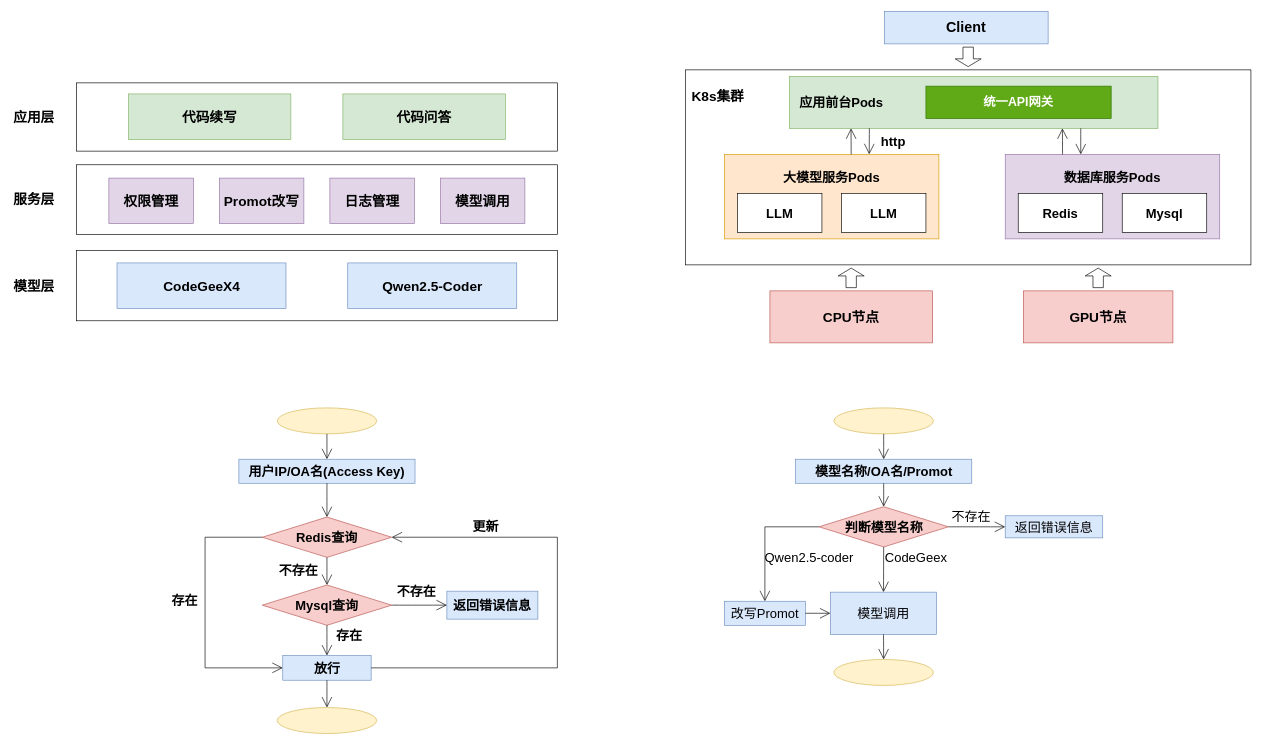
wangwuhua11/draw keeps this draw.io diagram as 代码生成架构图.drawio. Above is the earlier version. Source tidied: cells renumbered, new cells numbered last; positions are measured from the earlier drawing's top-left corner, leaving out a move shared by most shapes. Both pictures are drawn from the tidied source at 65%, with x=0, y=0 at pixel (11, 11).
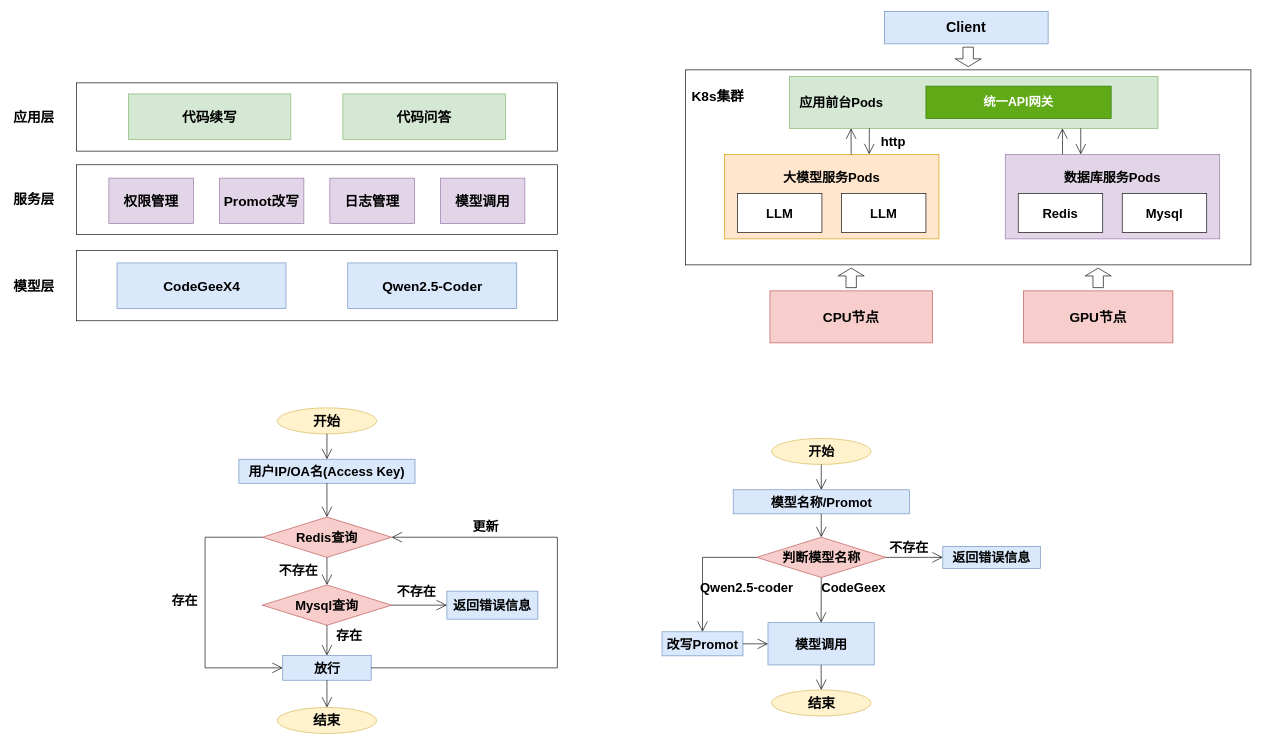
After the change.

Commit message (it also covers changes not shown here):
更新代码生成架构图.drawio

The change refers to these unchanged cells:
```xml
<mxCell id="42" value="&lt;font style=&quot;font-size: 20px;&quot;&gt;Redis查询&lt;/font&gt;" style="rhombus;whiteSpace=wrap;html=1;fontFamily=宋体;fontStyle=1;fillColor=#f8cecc;strokeColor=#b85450;" parent="1" vertex="1">
  <mxGeometry x="386" y="778" width="199" height="62" as="geometry" />
</mxCell>
<mxCell id="43" value="&lt;font style=&quot;font-size: 20px;&quot;&gt;返回错误信息&lt;/font&gt;" style="rounded=0;whiteSpace=wrap;html=1;fontFamily=宋体;fontStyle=1;fillColor=#dae8fc;strokeColor=#6c8ebf;" parent="1" vertex="1">
  <mxGeometry x="670" y="892" width="140" height="43" as="geometry" />
</mxCell>
<mxCell id="44" value="&lt;font style=&quot;font-size: 20px;&quot;&gt;放行&lt;/font&gt;" style="rounded=0;whiteSpace=wrap;html=1;fontFamily=宋体;fillColor=#dae8fc;strokeColor=#6c8ebf;fontStyle=1;" parent="1" vertex="1">
  <mxGeometry x="417.5" y="991" width="136" height="38" as="geometry" />
</mxCell>
<mxCell id="56" value="&lt;font style=&quot;font-size: 20px;&quot;&gt;Mysql查询&lt;/font&gt;" style="rhombus;whiteSpace=wrap;html=1;fontFamily=宋体;fontStyle=1;fillColor=#f8cecc;strokeColor=#b85450;" parent="1" vertex="1">
  <mxGeometry x="386" y="882.5" width="199" height="62" as="geometry" />
</mxCell>
```

What changed in the source:
```diff
@@
-    <mxCell id="40" style="ellipse;whiteSpace=wrap;html=1;fontFamily=宋体;fontStyle=1;fillColor=#fff2cc;strokeColor=#d6b656;" parent="1" vertex="1">
+    <mxCell id="40" value="&lt;font style=&quot;font-size: 21px;&quot;&gt;开始&lt;/font&gt;" style="ellipse;whiteSpace=wrap;html=1;fontFamily=宋体;fontStyle=1;fillColor=#fff2cc;strokeColor=#d6b656;" parent="1" vertex="1">
       <mxGeometry x="409" y="610" width="153" height="40" as="geometry" />
     </mxCell>
@@
-    <mxCell id="45" style="ellipse;whiteSpace=wrap;html=1;fontFamily=宋体;fillColor=#fff2cc;strokeColor=#d6b656;" parent="1" vertex="1">
+    <mxCell id="45" value="&lt;font style=&quot;font-size: 21px;&quot;&gt;结束&lt;/font&gt;" style="ellipse;whiteSpace=wrap;html=1;fontFamily=宋体;fillColor=#fff2cc;strokeColor=#d6b656;fontStyle=1;" parent="1" vertex="1">
       <mxGeometry x="409" y="1071" width="153" height="40" as="geometry" />
     </mxCell>
@@
-    <mxCell id="57" style="edgeStyle=none;jettySize=auto;html=1;rounded=0;fontFamily=Architects Daughter;fontSize=16;startSize=14;endArrow=open;endSize=14;sourcePerimeterSpacing=8;targetPerimeterSpacing=8;curved=1;exitX=0.5;exitY=1;exitDx=0;exitDy=0;entryX=0.5;entryY=0;entryDx=0;entryDy=0;" parent="1" edge="1" source="42" target="56">
+    <mxCell id="57" style="edgeStyle=none;jettySize=auto;html=1;rounded=0;fontFamily=Architects Daughter;fontSize=16;startSize=14;endArrow=open;endSize=14;sourcePerimeterSpacing=8;targetPerimeterSpacing=8;curved=1;exitX=0.5;exitY=1;exitDx=0;exitDy=0;entryX=0.5;entryY=0;entryDx=0;entryDy=0;fontStyle=1;" parent="1" edge="1" source="42" target="56">
       <mxGeometry relative="1" as="geometry" />
     </mxCell>
-    <mxCell id="58" style="edgeStyle=none;jettySize=auto;html=1;rounded=0;fontFamily=Architects Daughter;fontSize=16;startSize=14;endArrow=open;endSize=14;sourcePerimeterSpacing=8;targetPerimeterSpacing=8;curved=1;entryX=0.5;entryY=0;entryDx=0;entryDy=0;exitX=0.5;exitY=1;exitDx=0;exitDy=0;" parent="1" edge="1" source="56" target="44">
+    <mxCell id="58" style="edgeStyle=none;jettySize=auto;html=1;rounded=0;fontFamily=Architects Daughter;fontSize=16;startSize=14;endArrow=open;endSize=14;sourcePerimeterSpacing=8;targetPerimeterSpacing=8;curved=1;entryX=0.5;entryY=0;entryDx=0;entryDy=0;exitX=0.5;exitY=1;exitDx=0;exitDy=0;fontStyle=1;" parent="1" edge="1" source="56" target="44">
       <mxGeometry relative="1" as="geometry" />
     </mxCell>
-    <mxCell id="59" style="edgeStyle=none;jettySize=auto;html=1;rounded=0;fontFamily=Architects Daughter;fontSize=16;startSize=14;endArrow=open;endSize=14;sourcePerimeterSpacing=8;targetPerimeterSpacing=8;curved=1;exitX=1;exitY=0.5;exitDx=0;exitDy=0;entryX=0;entryY=0.5;entryDx=0;entryDy=0;" parent="1" edge="1" source="56" target="43">
+    <mxCell id="59" style="edgeStyle=none;jettySize=auto;html=1;rounded=0;fontFamily=Architects Daughter;fontSize=16;startSize=14;endArrow=open;endSize=14;sourcePerimeterSpacing=8;targetPerimeterSpacing=8;curved=1;exitX=1;exitY=0.5;exitDx=0;exitDy=0;entryX=0;entryY=0.5;entryDx=0;entryDy=0;fontStyle=1;" parent="1" edge="1" source="56" target="43">
       <mxGeometry relative="1" as="geometry" />
     </mxCell>
-    <mxCell id="60" style="ellipse;whiteSpace=wrap;html=1;fontFamily=宋体;fontStyle=1;fillColor=#fff2cc;strokeColor=#d6b656;" parent="1" vertex="1">
-      <mxGeometry x="1265.5" y="610" width="153" height="40" as="geometry" />
+    <mxCell id="60" value="&lt;font style=&quot;font-size: 20px;&quot;&gt;开始&lt;/font&gt;" style="ellipse;whiteSpace=wrap;html=1;fontFamily=宋体;fontStyle=1;fillColor=#fff2cc;strokeColor=#d6b656;" parent="1" vertex="1">
+      <mxGeometry x="1169.5" y="657" width="153" height="40" as="geometry" />
     </mxCell>
-    <mxCell id="61" value="&lt;span style=&quot;font-size: 20px;&quot;&gt;模型名称/OA名/Promot&lt;/span&gt;" style="rounded=0;whiteSpace=wrap;html=1;fontFamily=宋体;fontStyle=1;fillColor=#dae8fc;strokeColor=#6c8ebf;" parent="1" vertex="1">
-      <mxGeometry x="1206.5" y="689" width="271" height="37" as="geometry" />
+    <mxCell id="61" value="&lt;span style=&quot;font-size: 20px;&quot;&gt;模型名称/Promot&lt;/span&gt;" style="rounded=0;whiteSpace=wrap;html=1;fontFamily=宋体;fontStyle=1;fillColor=#dae8fc;strokeColor=#6c8ebf;" parent="1" vertex="1">
+      <mxGeometry x="1110.5" y="736" width="271" height="37" as="geometry" />
     </mxCell>
     <mxCell id="62" value="&lt;font style=&quot;font-size: 20px;&quot;&gt;判断模型名称&lt;/font&gt;" style="rhombus;whiteSpace=wrap;html=1;fontFamily=宋体;fontStyle=1;fillColor=#f8cecc;strokeColor=#b85450;" parent="1" vertex="1">
-      <mxGeometry x="1242.5" y="762" width="199" height="62" as="geometry" />
+      <mxGeometry x="1146.5" y="809" width="199" height="62" as="geometry" />
     </mxCell>
-    <mxCell id="63" style="edgeStyle=none;jettySize=auto;html=1;rounded=0;fontFamily=Architects Daughter;fontSize=16;startSize=14;endArrow=open;endSize=14;sourcePerimeterSpacing=8;targetPerimeterSpacing=8;curved=1;exitX=0.5;exitY=1;exitDx=0;exitDy=0;entryX=0.5;entryY=0;entryDx=0;entryDy=0;" parent="1" edge="1" source="60" target="61">
+    <mxCell id="63" style="edgeStyle=none;jettySize=auto;html=1;rounded=0;fontFamily=Architects Daughter;fontSize=16;startSize=14;endArrow=open;endSize=14;sourcePerimeterSpacing=8;targetPerimeterSpacing=8;curved=1;exitX=0.5;exitY=1;exitDx=0;exitDy=0;entryX=0.5;entryY=0;entryDx=0;entryDy=0;fontStyle=1;" parent="1" edge="1" source="60" target="61">
       <mxGeometry relative="1" as="geometry" />
     </mxCell>
-    <mxCell id="64" style="edgeStyle=none;jettySize=auto;html=1;rounded=0;fontFamily=Architects Daughter;fontSize=16;startSize=14;endArrow=open;endSize=14;sourcePerimeterSpacing=8;targetPerimeterSpacing=8;curved=1;exitX=0.5;exitY=1;exitDx=0;exitDy=0;entryX=0.5;entryY=0;entryDx=0;entryDy=0;" parent="1" edge="1" source="61" target="62">
+    <mxCell id="64" style="edgeStyle=none;jettySize=auto;html=1;rounded=0;fontFamily=Architects Daughter;fontSize=16;startSize=14;endArrow=open;endSize=14;sourcePerimeterSpacing=8;targetPerimeterSpacing=8;curved=1;exitX=0.5;exitY=1;exitDx=0;exitDy=0;entryX=0.5;entryY=0;entryDx=0;entryDy=0;fontStyle=1;" parent="1" edge="1" source="61" target="62">
       <mxGeometry relative="1" as="geometry" />
     </mxCell>
-    <mxCell id="65" style="edgeStyle=none;jettySize=auto;html=1;rounded=0;fontFamily=Architects Daughter;fontSize=16;startSize=14;endArrow=open;endSize=14;sourcePerimeterSpacing=8;targetPerimeterSpacing=8;curved=1;exitX=1;exitY=0.5;exitDx=0;exitDy=0;entryX=0;entryY=0.5;entryDx=0;entryDy=0;" parent="1" edge="1" source="62" target="66">
+    <mxCell id="65" style="edgeStyle=none;jettySize=auto;html=1;rounded=0;fontFamily=Architects Daughter;fontSize=16;startSize=14;endArrow=open;endSize=14;sourcePerimeterSpacing=8;targetPerimeterSpacing=8;curved=1;exitX=1;exitY=0.5;exitDx=0;exitDy=0;entryX=0;entryY=0.5;entryDx=0;entryDy=0;fontStyle=1;" parent="1" edge="1" source="62" target="66">
       <mxGeometry relative="1" as="geometry" />
     </mxCell>
-    <mxCell id="66" value="&lt;font face=&quot;宋体&quot; style=&quot;font-size: 20px;&quot;&gt;返回错误信息&lt;/font&gt;" style="rounded=0;whiteSpace=wrap;html=1;fontFamily=Architects Daughter;fillColor=#dae8fc;strokeColor=#6c8ebf;" parent="1" vertex="1">
-      <mxGeometry x="1529" y="776" width="150" height="34" as="geometry" />
+    <mxCell id="66" value="&lt;font face=&quot;宋体&quot; style=&quot;font-size: 20px;&quot;&gt;返回错误信息&lt;/font&gt;" style="rounded=0;whiteSpace=wrap;html=1;fontFamily=Architects Daughter;fillColor=#dae8fc;strokeColor=#6c8ebf;fontStyle=1;" parent="1" vertex="1">
+      <mxGeometry x="1433" y="823" width="150" height="34" as="geometry" />
     </mxCell>
-    <mxCell id="67" value="不存在" style="text;strokeColor=none;fillColor=none;html=1;align=center;verticalAlign=middle;whiteSpace=wrap;rounded=0;fontSize=20;fontFamily=宋体;" parent="1" vertex="1">
-      <mxGeometry x="1441.5" y="762" width="70" height="30" as="geometry" />
+    <mxCell id="67" value="不存在" style="text;strokeColor=none;fillColor=none;html=1;align=center;verticalAlign=middle;whiteSpace=wrap;rounded=0;fontSize=20;fontFamily=宋体;fontStyle=1;" parent="1" vertex="1">
+      <mxGeometry x="1345.5" y="809" width="70" height="30" as="geometry" />
     </mxCell>
-    <mxCell id="68" style="edgeStyle=none;jettySize=auto;html=1;rounded=0;fontFamily=Architects Daughter;fontSize=16;startSize=14;endArrow=open;endSize=14;sourcePerimeterSpacing=8;targetPerimeterSpacing=8;curved=1;exitX=0.5;exitY=1;exitDx=0;exitDy=0;entryX=0.5;entryY=0;entryDx=0;entryDy=0;" parent="1" edge="1" source="62" target="73">
+    <mxCell id="68" style="edgeStyle=none;jettySize=auto;html=1;rounded=0;fontFamily=Architects Daughter;fontSize=16;startSize=14;endArrow=open;endSize=14;sourcePerimeterSpacing=8;targetPerimeterSpacing=8;curved=1;exitX=0.5;exitY=1;exitDx=0;exitDy=0;entryX=0.5;entryY=0;entryDx=0;entryDy=0;fontStyle=1;" parent="1" edge="1" source="62" target="73">
       <mxGeometry relative="1" as="geometry" />
     </mxCell>
-    <mxCell id="69" value="CodeGeex" style="text;strokeColor=none;fillColor=none;html=1;align=center;verticalAlign=middle;whiteSpace=wrap;rounded=0;fontSize=20;fontFamily=宋体;" parent="1" vertex="1">
-      <mxGeometry x="1357" y="824" width="70" height="30" as="geometry" />
+    <mxCell id="69" value="CodeGeex" style="text;strokeColor=none;fillColor=none;html=1;align=center;verticalAlign=middle;whiteSpace=wrap;rounded=0;fontSize=20;fontFamily=宋体;fontStyle=1;" parent="1" vertex="1">
+      <mxGeometry x="1261" y="871" width="70" height="30" as="geometry" />
     </mxCell>
-    <mxCell id="70" value="&lt;font face=&quot;宋体&quot; style=&quot;font-size: 20px;&quot;&gt;改写Promot&lt;/font&gt;" style="rounded=0;whiteSpace=wrap;html=1;fontFamily=Architects Daughter;fillColor=#dae8fc;strokeColor=#6c8ebf;" parent="1" vertex="1">
-      <mxGeometry x="1097" y="907.5" width="124.5" height="37" as="geometry" />
+    <mxCell id="70" value="&lt;font face=&quot;宋体&quot; style=&quot;font-size: 20px;&quot;&gt;改写Promot&lt;/font&gt;" style="rounded=0;whiteSpace=wrap;html=1;fontFamily=Architects Daughter;fillColor=#dae8fc;strokeColor=#6c8ebf;fontStyle=1;" parent="1" vertex="1">
+      <mxGeometry x="1001" y="954.5" width="124.5" height="37" as="geometry" />
     </mxCell>
-    <mxCell id="71" style="edgeStyle=orthogonalEdgeStyle;jettySize=auto;html=1;rounded=0;fontFamily=Architects Daughter;fontSize=16;startSize=14;endArrow=open;endSize=14;sourcePerimeterSpacing=8;targetPerimeterSpacing=8;exitX=0;exitY=0.5;exitDx=0;exitDy=0;entryX=0.5;entryY=0;entryDx=0;entryDy=0;" parent="1" edge="1" source="62" target="70">
+    <mxCell id="71" style="edgeStyle=orthogonalEdgeStyle;jettySize=auto;html=1;rounded=0;fontFamily=Architects Daughter;fontSize=16;startSize=14;endArrow=open;endSize=14;sourcePerimeterSpacing=8;targetPerimeterSpacing=8;exitX=0;exitY=0.5;exitDx=0;exitDy=0;entryX=0.5;entryY=0;entryDx=0;entryDy=0;fontStyle=1;" parent="1" edge="1" source="62" target="70">
       <mxGeometry relative="1" as="geometry" />
     </mxCell>
-    <mxCell id="72" value="Qwen2.5-coder" style="text;strokeColor=none;fillColor=none;html=1;align=center;verticalAlign=middle;whiteSpace=wrap;rounded=0;fontSize=20;fontFamily=宋体;" parent="1" vertex="1">
-      <mxGeometry x="1146.5" y="824" width="160.5" height="30" as="geometry" />
+    <mxCell id="72" value="Qwen2.5-coder" style="text;strokeColor=none;fillColor=none;html=1;align=center;verticalAlign=middle;whiteSpace=wrap;rounded=0;fontSize=20;fontFamily=宋体;fontStyle=1;" parent="1" vertex="1">
+      <mxGeometry x="1050.5" y="871" width="160.5" height="30" as="geometry" />
     </mxCell>
-    <mxCell id="73" value="&lt;font face=&quot;宋体&quot; style=&quot;font-size: 20px;&quot;&gt;模型调用&lt;/font&gt;" style="rounded=0;whiteSpace=wrap;html=1;fontFamily=Architects Daughter;fillColor=#dae8fc;strokeColor=#6c8ebf;" parent="1" vertex="1">
-      <mxGeometry x="1260" y="893.5" width="163.5" height="65" as="geometry" />
+    <mxCell id="73" value="&lt;font face=&quot;宋体&quot; style=&quot;font-size: 20px;&quot;&gt;模型调用&lt;/font&gt;" style="rounded=0;whiteSpace=wrap;html=1;fontFamily=Architects Daughter;fillColor=#dae8fc;strokeColor=#6c8ebf;fontStyle=1;" parent="1" vertex="1">
+      <mxGeometry x="1164" y="940.5" width="163.5" height="65" as="geometry" />
     </mxCell>
-    <mxCell id="74" style="edgeStyle=none;jettySize=auto;html=1;rounded=0;fontFamily=Architects Daughter;fontSize=16;startSize=14;endArrow=open;endSize=14;sourcePerimeterSpacing=8;targetPerimeterSpacing=8;curved=1;exitX=1;exitY=0.5;exitDx=0;exitDy=0;entryX=0;entryY=0.5;entryDx=0;entryDy=0;" parent="1" edge="1" source="70" target="73">
+    <mxCell id="74" style="edgeStyle=none;jettySize=auto;html=1;rounded=0;fontFamily=Architects Daughter;fontSize=16;startSize=14;endArrow=open;endSize=14;sourcePerimeterSpacing=8;targetPerimeterSpacing=8;curved=1;exitX=1;exitY=0.5;exitDx=0;exitDy=0;entryX=0;entryY=0.5;entryDx=0;entryDy=0;fontStyle=1;" parent="1" edge="1" source="70" target="73">
       <mxGeometry relative="1" as="geometry" />
     </mxCell>
-    <mxCell id="75" style="ellipse;whiteSpace=wrap;html=1;fontFamily=宋体;fontStyle=1;fillColor=#fff2cc;strokeColor=#d6b656;" parent="1" vertex="1">
-      <mxGeometry x="1265.5" y="997" width="153" height="40" as="geometry" />
+    <mxCell id="75" value="&lt;font style=&quot;font-size: 21px;&quot;&gt;结束&lt;/font&gt;" style="ellipse;whiteSpace=wrap;html=1;fontFamily=宋体;fontStyle=1;fillColor=#fff2cc;strokeColor=#d6b656;" parent="1" vertex="1">
+      <mxGeometry x="1169.5" y="1044" width="153" height="40" as="geometry" />
     </mxCell>
-    <mxCell id="76" style="edgeStyle=none;jettySize=auto;html=1;rounded=0;fontFamily=Architects Daughter;fontSize=16;startSize=14;endArrow=open;endSize=14;sourcePerimeterSpacing=8;targetPerimeterSpacing=8;curved=1;exitX=0.5;exitY=1;exitDx=0;exitDy=0;entryX=0.5;entryY=0;entryDx=0;entryDy=0;" parent="1" edge="1" source="73" target="75">
+    <mxCell id="76" style="edgeStyle=none;jettySize=auto;html=1;rounded=0;fontFamily=Architects Daughter;fontSize=16;startSize=14;endArrow=open;endSize=14;sourcePerimeterSpacing=8;targetPerimeterSpacing=8;curved=1;exitX=0.5;exitY=1;exitDx=0;exitDy=0;entryX=0.5;entryY=0;entryDx=0;entryDy=0;fontStyle=1;" parent="1" edge="1" source="73" target="75">
       <mxGeometry relative="1" as="geometry" />
     </mxCell>
```
